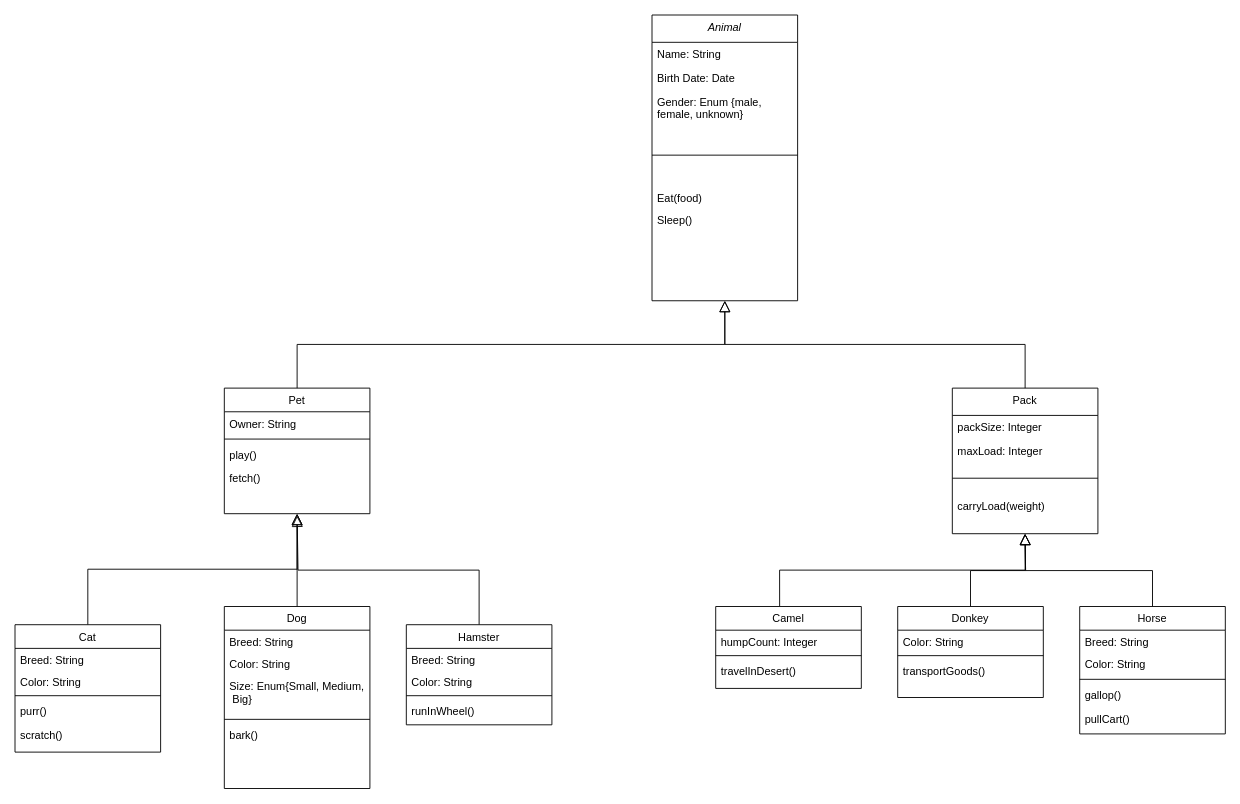
Before: pets.drawio in NeaMarySm/pet-accounting-system, a draw.io diagram. Source tidied: cells renumbered, new cells numbered last; positions are measured from the earlier drawing's top-left corner, leaving out a move shared by most shapes. Both pictures are drawn from the tidied source at 91%, with x=0, y=0 at pixel (15, 15).
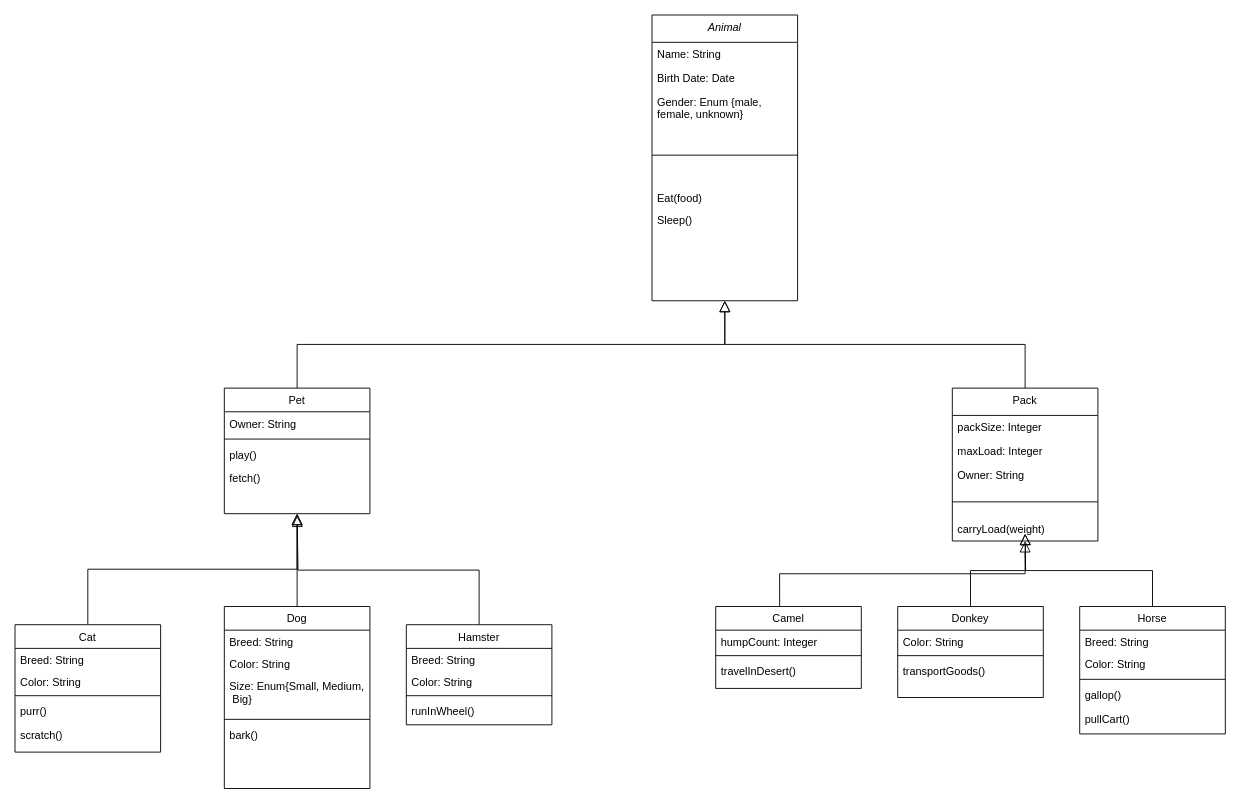
The same page after the edit.

The edit, as a diff of the source:
```diff
@@
     <mxCell id="16" value="Pack" style="swimlane;fontStyle=0;align=center;verticalAlign=top;horizontal=1;startSize=30;rounded=0;shadow=0;strokeWidth=1;" parent="1" vertex="1">
-      <mxGeometry x="1030" y="410" width="160" height="160" as="geometry" />
+      <mxGeometry x="1030" y="410" width="160" height="168" as="geometry" />
     </mxCell>
@@
+    <mxCell id="58" value="Owner: String" style="text;align=left;verticalAlign=top;spacingLeft=4;spacingRight=4;overflow=hidden;" parent="16" vertex="1">
+      <mxGeometry y="82" width="160" height="26" as="geometry" />
+    </mxCell>
     <mxCell id="19" style="line;html=1;strokeWidth=1;align=left;verticalAlign=middle;spacingTop=-1;spacingLeft=3;spacingRight=3;labelPosition=right;" parent="16" vertex="1">
-      <mxGeometry y="82" width="160" height="34" as="geometry" />
+      <mxGeometry y="108" width="160" height="34" as="geometry" />
     </mxCell>
     <mxCell id="20" value="carryLoad(weight)" style="text;align=left;verticalAlign=top;spacingLeft=4;spacingRight=4;overflow=hidden;" parent="16" vertex="1">
-      <mxGeometry y="116" width="160" height="26" as="geometry" />
+      <mxGeometry y="142" width="160" height="26" as="geometry" />
     </mxCell>
```
